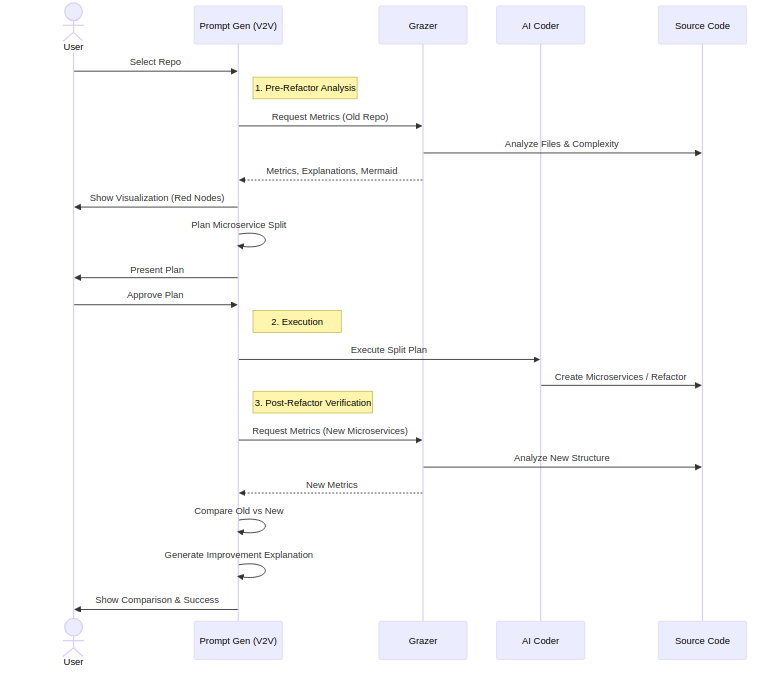
Above: diagrams/workflow.png in kirilligum/vibe2vibe-hackathon-251206 (Mermaid), before the change. Its source is kept beside it as diagrams/workflow.mmd.
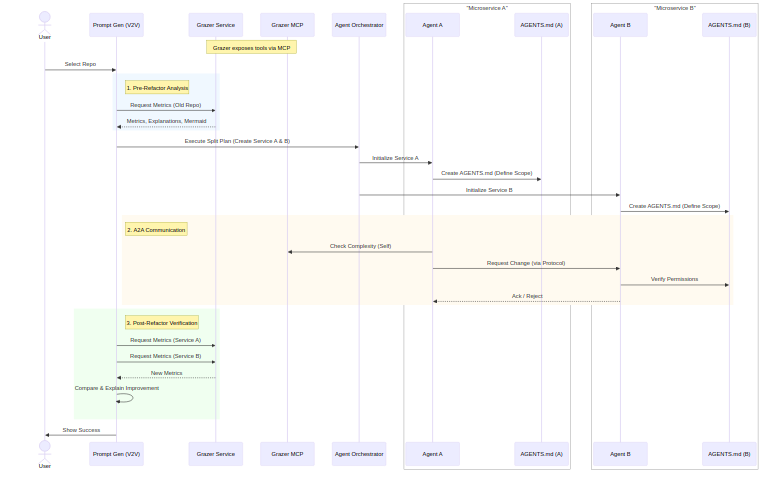
Later version of the same file.

Commit message:
docs: Update architecture and workflow diagrams

Diff of the diagram source:
```diff
@@ -1,30 +1,50 @@
 sequenceDiagram
     actor User
     participant PG as Prompt Gen (V2V)
-    participant Grazer
-    participant Agent as AI Coder
-    participant Repo as Source Code
+    participant Grazer as Grazer Service
+    participant GrazerMCP as Grazer MCP
+    participant AgentOrch as Agent Orchestrator
+
+    box "Microservice A" #eef
+        participant AgentA as Agent A
+        participant ConfigA as AGENTS.md (A)
+    end
+
+    box "Microservice B" #fee
+        participant AgentB as Agent B
+        participant ConfigB as AGENTS.md (B)
+    end
+
+    note over Grazer, GrazerMCP: Grazer exposes tools via MCP
 
     User->>PG: Select Repo
 
-    note right of PG: 1. Pre-Refactor Analysis
-    PG->>Grazer: Request Metrics (Old Repo)
-    Grazer->>Repo: Analyze Files & Complexity
-    Grazer-->>PG: Metrics, Explanations, Mermaid
-    PG->>User: Show Visualization (Red Nodes)
+    rect rgb(240, 248, 255)
+        note right of PG: 1. Pre-Refactor Analysis
+        PG->>Grazer: Request Metrics (Old Repo)
+        Grazer-->>PG: Metrics, Explanations, Mermaid
+    end
 
-    PG->>PG: Plan Microservice Split
-    PG->>User: Present Plan
-    User->>PG: Approve Plan
+    PG->>AgentOrch: Execute Split Plan (Create Service A & B)
+    AgentOrch->>AgentA: Initialize Service A
+    AgentA->>ConfigA: Create AGENTS.md (Define Scope)
+    AgentOrch->>AgentB: Initialize Service B
+    AgentB->>ConfigB: Create AGENTS.md (Define Scope)
 
-    note right of PG: 2. Execution
-    PG->>Agent: Execute Split Plan
-    Agent->>Repo: Create Microservices / Refactor
+    rect rgb(255, 250, 240)
+        note right of PG: 2. A2A Communication
+        AgentA->>GrazerMCP: Check Complexity (Self)
+        AgentA->>AgentB: Request Change (via Protocol)
+        AgentB->>ConfigB: Verify Permissions
+        AgentB-->>AgentA: Ack / Reject
+    end
 
-    note right of PG: 3. Post-Refactor Verification
-    PG->>Grazer: Request Metrics (New Microservices)
-    Grazer->>Repo: Analyze New Structure
-    Grazer-->>PG: New Metrics
-    PG->>PG: Compare Old vs New
-    PG->>PG: Generate Improvement Explanation
-    PG->>User: Show Comparison & Success
+    rect rgb(240, 255, 240)
+        note right of PG: 3. Post-Refactor Verification
+        PG->>Grazer: Request Metrics (Service A)
+        PG->>Grazer: Request Metrics (Service B)
+        Grazer-->>PG: New Metrics
+        PG->>PG: Compare & Explain Improvement
+    end
+
+    PG->>User: Show Success
```
